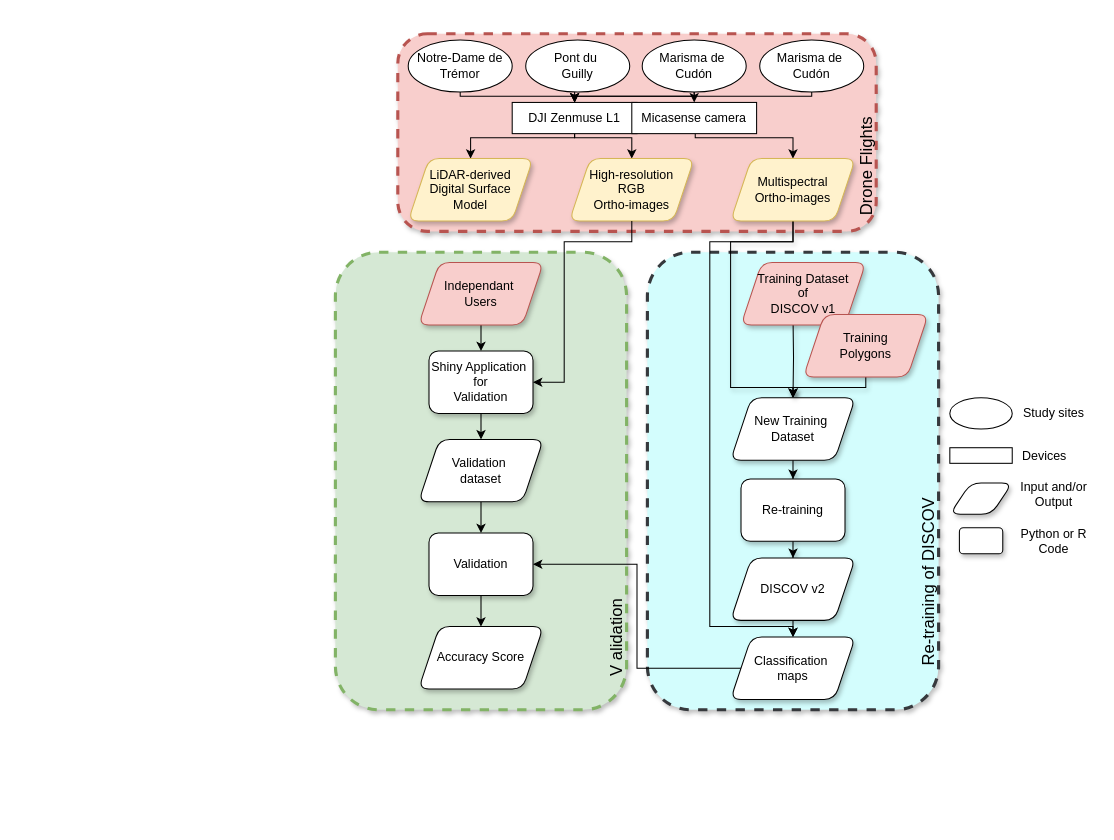
This is Data/Workflow_figure/Flowchart gracillaria.drawio from SigOiry/Gracilaria_DISCOV, a draw.io file, before an edit. Source tidied: cells renumbered, new cells numbered last; positions are measured from the earlier drawing's top-left corner, leaving out a move shared by most shapes. Both pictures are drawn from the tidied source at 104%, with x=0, y=0 at pixel (335, 33).
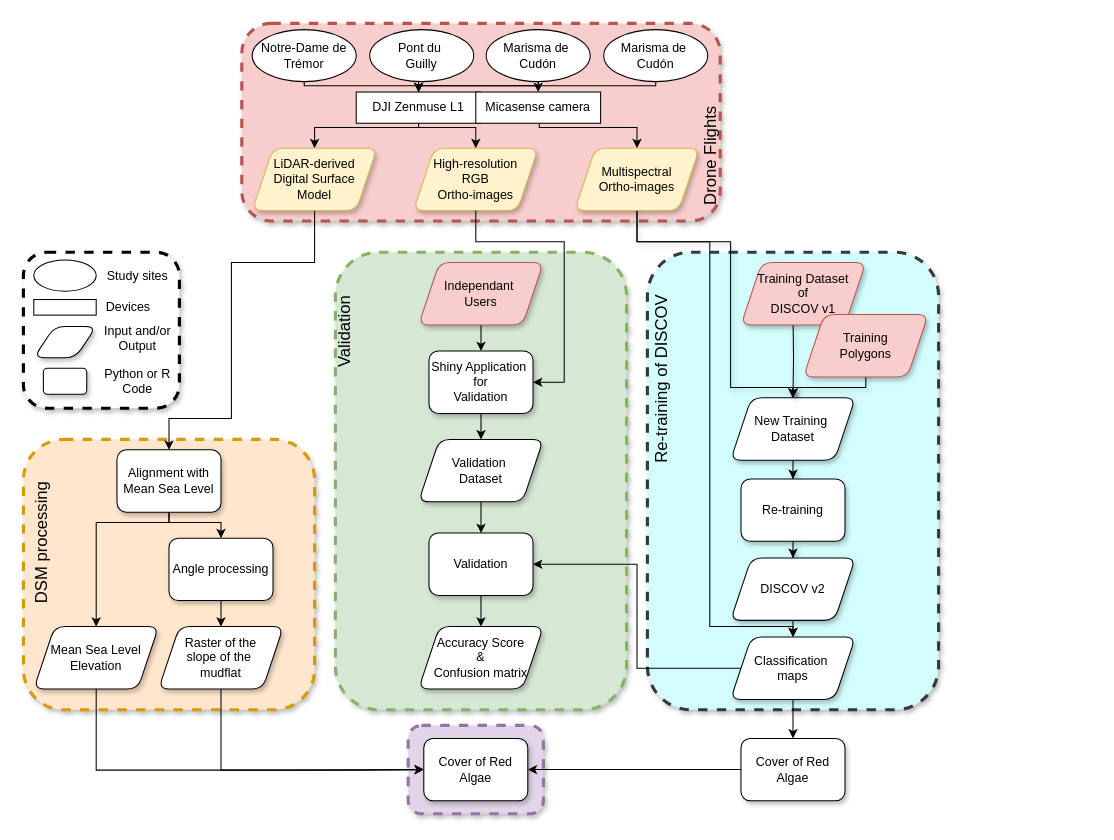
The same diagram, later.

Unchanged cells that the change refers to:
```xml
<mxCell id="11" value="Shiny Application&amp;nbsp;&lt;div&gt;for&lt;/div&gt;&lt;div&gt;Validation&lt;/div&gt;" style="whiteSpace=wrap;html=1;rounded=1;shadow=1;" parent="1" vertex="1">
  <mxGeometry x="90" y="305" width="100" height="60" as="geometry" />
</mxCell>
<mxCell id="16" value="New Training&amp;nbsp;&lt;div&gt;Dataset&lt;/div&gt;" style="shape=parallelogram;perimeter=parallelogramPerimeter;whiteSpace=wrap;html=1;fixedSize=1;rounded=1;shadow=1;" parent="1" vertex="1">
  <mxGeometry x="380" y="350" width="120" height="60" as="geometry" />
</mxCell>
<mxCell id="31" value="Classification&amp;nbsp;&lt;div&gt;maps&lt;/div&gt;" style="shape=parallelogram;perimeter=parallelogramPerimeter;whiteSpace=wrap;html=1;fixedSize=1;rounded=1;shadow=1;" parent="1" vertex="1">
  <mxGeometry x="380" y="580" width="120" height="60" as="geometry" />
</mxCell>
```

Change to the diagram source:
```diff
@@
+    <mxCell id="60" style="whiteSpace=wrap;html=1;rounded=1;dashed=1;strokeWidth=3;perimeterSpacing=5;fillColor=#e1d5e7;strokeColor=#9673a6;fillStyle=auto;shadow=1;" parent="1" vertex="1">
+      <mxGeometry x="70" y="665" width="130" height="85" as="geometry" />
+    </mxCell>
+    <mxCell id="61" style="whiteSpace=wrap;html=1;rounded=1;dashed=1;strokeWidth=3;perimeterSpacing=5;fillStyle=auto;shadow=1;" parent="1" vertex="1">
+      <mxGeometry x="-300" y="210" width="150" height="150" as="geometry" />
+    </mxCell>
+    <mxCell id="62" style="whiteSpace=wrap;html=1;rounded=1;dashed=1;strokeWidth=3;perimeterSpacing=5;fillColor=#ffe6cc;strokeColor=#d79b00;fillStyle=auto;shadow=1;" parent="1" vertex="1">
+      <mxGeometry x="-300" y="390" width="280" height="260" as="geometry" />
+    </mxCell>
     <mxCell id="2" style="whiteSpace=wrap;html=1;rounded=1;dashed=1;strokeWidth=3;perimeterSpacing=5;fillColor=#f8cecc;strokeColor=#b85450;fillStyle=auto;shadow=1;" parent="1" vertex="1">
-      <mxGeometry x="60" width="460" height="190" as="geometry" />
+      <mxGeometry x="-90" y="-10" width="460" height="190" as="geometry" />
     </mxCell>
@@
-    <mxCell id="7" value="V alidation" style="text;html=1;align=left;verticalAlign=middle;whiteSpace=wrap;rounded=0;fontFamily=Helvetica;fontSize=16;labelBackgroundColor=none;glass=0;rotation=270;fillColor=none;fontColor=#000000;shadow=1;" parent="1" vertex="1">
-      <mxGeometry x="170" y="505" width="200" height="30" as="geometry" />
+    <mxCell id="7" value="Validation" style="text;html=1;align=left;verticalAlign=middle;whiteSpace=wrap;rounded=0;fontFamily=Helvetica;fontSize=16;labelBackgroundColor=none;glass=0;rotation=270;fillColor=none;fontColor=#000000;shadow=1;" parent="1" vertex="1">
+      <mxGeometry x="-30" y="270" width="77" height="30" as="geometry" />
     </mxCell>
@@
     <mxCell id="13" style="edgeStyle=orthogonalEdgeStyle;rounded=0;jettySize=auto;html=1;entryX=0.5;entryY=0;entryDx=0;entryDy=0;strokeColor=#000000;shadow=1;exitX=0.5;exitY=1;exitDx=0;exitDy=0;" parent="1" edge="1" source="49" target="16">
       <mxGeometry relative="1" as="geometry">
         <Array as="points">
-          <mxPoint x="440" y="200" />
+          <mxPoint x="290" y="200" />
           <mxPoint x="380" y="200" />
           <mxPoint x="380" y="340" />
           <mxPoint x="440" y="340" />
         </Array>
       </mxGeometry>
     </mxCell>
@@
     <mxCell id="22" value="Re-training of DISCOV" style="text;html=1;align=left;verticalAlign=middle;whiteSpace=wrap;rounded=0;fontFamily=Helvetica;fontSize=16;labelBackgroundColor=none;glass=0;rotation=270;fillColor=none;fontColor=#000000;shadow=1;" parent="1" vertex="1">
-      <mxGeometry x="470" y="495" width="200" height="30" as="geometry" />
+      <mxGeometry x="224.5" y="311.5" width="177" height="30" as="geometry" />
     </mxCell>
@@
-    <mxCell id="24" value="Validation&amp;nbsp;&lt;div&gt;dataset&lt;/div&gt;" style="shape=parallelogram;perimeter=parallelogramPerimeter;whiteSpace=wrap;html=1;fixedSize=1;rounded=1;shadow=1;" parent="1" vertex="1">
+    <mxCell id="24" value="Validation&amp;nbsp;&lt;div&gt;Dataset&lt;/div&gt;" style="shape=parallelogram;perimeter=parallelogramPerimeter;whiteSpace=wrap;html=1;fixedSize=1;rounded=1;shadow=1;" parent="1" vertex="1">
       <mxGeometry x="80" y="390" width="120" height="60" as="geometry" />
     </mxCell>
@@
     <mxCell id="27" style="edgeStyle=orthogonalEdgeStyle;rounded=0;jettySize=auto;html=1;entryX=0.5;entryY=0;entryDx=0;entryDy=0;exitX=0.5;exitY=1;exitDx=0;exitDy=0;" parent="1" edge="1" source="49" target="31">
       <mxGeometry relative="1" as="geometry">
         <Array as="points">
-          <mxPoint x="440" y="200" />
+          <mxPoint x="290" y="200" />
           <mxPoint x="360" y="200" />
           <mxPoint x="360" y="570" />
           <mxPoint x="440" y="570" />
         </Array>
       </mxGeometry>
     </mxCell>
@@
-    <mxCell id="29" value="Accuracy Score" style="shape=parallelogram;perimeter=parallelogramPerimeter;whiteSpace=wrap;html=1;fixedSize=1;rounded=1;shadow=1;" parent="1" vertex="1">
+    <mxCell id="29" value="Accuracy Score&lt;div&gt;&amp;amp;&lt;/div&gt;&lt;div&gt;Confusion matrix&lt;/div&gt;" style="shape=parallelogram;perimeter=parallelogramPerimeter;whiteSpace=wrap;html=1;fixedSize=1;rounded=1;shadow=1;" parent="1" vertex="1">
       <mxGeometry x="80" y="570" width="120" height="60" as="geometry" />
     </mxCell>
@@
+    <mxCell id="63" style="edgeStyle=orthogonalEdgeStyle;rounded=0;jettySize=auto;html=1;" parent="1" edge="1" source="31" target="76">
+      <mxGeometry relative="1" as="geometry" />
+    </mxCell>
@@
     <mxCell id="33" value="Drone Flights" style="text;html=1;align=left;verticalAlign=middle;whiteSpace=wrap;rounded=0;fontFamily=Helvetica;fontSize=16;labelBackgroundColor=none;glass=0;rotation=270;fillColor=none;fontColor=#000000;shadow=1;" parent="1" vertex="1">
-      <mxGeometry x="447" y="100" width="125" height="30" as="geometry" />
+      <mxGeometry x="297" y="90" width="125" height="30" as="geometry" />
     </mxCell>
     <mxCell id="34" style="edgeStyle=orthogonalEdgeStyle;rounded=0;jettySize=auto;html=1;entryX=0.5;entryY=0;entryDx=0;entryDy=0;" parent="1" edge="1" source="35" target="45">
       <mxGeometry relative="1" as="geometry">
         <Array as="points">
-          <mxPoint x="120" y="60" />
-          <mxPoint x="230" y="60" />
+          <mxPoint x="-30" y="50" />
+          <mxPoint x="80" y="50" />
         </Array>
       </mxGeometry>
     </mxCell>
     <mxCell id="35" value="Notre-Dame de Trémor" style="ellipse;whiteSpace=wrap;html=1;" parent="1" vertex="1">
-      <mxGeometry x="70" y="6" width="100" height="50" as="geometry" />
+      <mxGeometry x="-80" y="-4" width="100" height="50" as="geometry" />
     </mxCell>
     <mxCell id="36" style="edgeStyle=orthogonalEdgeStyle;rounded=0;jettySize=auto;html=1;entryX=0.5;entryY=0;entryDx=0;entryDy=0;" parent="1" edge="1" source="37" target="45">
       <mxGeometry relative="1" as="geometry">
         <Array as="points">
-          <mxPoint x="230" y="80" />
-          <mxPoint x="230" y="80" />
+          <mxPoint x="80" y="70" />
+          <mxPoint x="80" y="70" />
         </Array>
       </mxGeometry>
     </mxCell>
     <mxCell id="37" value="Pont du&amp;nbsp;&lt;div&gt;Guilly&lt;/div&gt;" style="ellipse;whiteSpace=wrap;html=1;" parent="1" vertex="1">
-      <mxGeometry x="183" y="6" width="100" height="50" as="geometry" />
+      <mxGeometry x="33" y="-4" width="100" height="50" as="geometry" />
     </mxCell>
     <mxCell id="38" style="edgeStyle=orthogonalEdgeStyle;rounded=0;jettySize=auto;html=1;entryX=0.5;entryY=0;entryDx=0;entryDy=0;" parent="1" edge="1" source="40" target="45">
       <mxGeometry relative="1" as="geometry">
         <Array as="points">
-          <mxPoint x="345" y="60" />
-          <mxPoint x="230" y="60" />
+          <mxPoint x="195" y="50" />
+          <mxPoint x="80" y="50" />
         </Array>
       </mxGeometry>
     </mxCell>
     <mxCell id="39" style="edgeStyle=orthogonalEdgeStyle;rounded=0;jettySize=auto;html=1;entryX=0.5;entryY=0;entryDx=0;entryDy=0;" parent="1" edge="1" source="40" target="47">
       <mxGeometry relative="1" as="geometry">
         <Array as="points">
-          <mxPoint x="345" y="66" />
+          <mxPoint x="195" y="56" />
         </Array>
       </mxGeometry>
     </mxCell>
     <mxCell id="40" value="Marisma de&amp;nbsp;&lt;div&gt;Cudón&lt;/div&gt;" style="ellipse;whiteSpace=wrap;html=1;" parent="1" vertex="1">
-      <mxGeometry x="295" y="6" width="100" height="50" as="geometry" />
+      <mxGeometry x="145" y="-4" width="100" height="50" as="geometry" />
     </mxCell>
     <mxCell id="41" style="edgeStyle=orthogonalEdgeStyle;rounded=0;jettySize=auto;html=1;entryX=0.5;entryY=0;entryDx=0;entryDy=0;" parent="1" edge="1" source="42" target="45">
       <mxGeometry relative="1" as="geometry">
         <Array as="points">
-          <mxPoint x="458" y="60" />
-          <mxPoint x="230" y="60" />
+          <mxPoint x="308" y="50" />
+          <mxPoint x="80" y="50" />
         </Array>
       </mxGeometry>
     </mxCell>
     <mxCell id="42" value="Marisma de&amp;nbsp;&lt;div&gt;Cudón&lt;/div&gt;" style="ellipse;whiteSpace=wrap;html=1;" parent="1" vertex="1">
-      <mxGeometry x="408" y="6" width="100" height="50" as="geometry" />
+      <mxGeometry x="258" y="-4" width="100" height="50" as="geometry" />
     </mxCell>
     <mxCell id="43" style="edgeStyle=orthogonalEdgeStyle;rounded=0;jettySize=auto;html=1;" parent="1" edge="1" source="45" target="48">
       <mxGeometry relative="1" as="geometry">
         <Array as="points">
-          <mxPoint x="230" y="100" />
-          <mxPoint x="285" y="100" />
+          <mxPoint x="80" y="90" />
+          <mxPoint x="135" y="90" />
         </Array>
       </mxGeometry>
     </mxCell>
     <mxCell id="44" style="edgeStyle=orthogonalEdgeStyle;rounded=0;jettySize=auto;html=1;entryX=0.5;entryY=0;entryDx=0;entryDy=0;" parent="1" edge="1" source="45" target="51">
       <mxGeometry relative="1" as="geometry">
         <Array as="points">
-          <mxPoint x="230" y="100" />
-          <mxPoint x="130" y="100" />
+          <mxPoint x="80" y="90" />
+          <mxPoint x="-20" y="90" />
         </Array>
       </mxGeometry>
     </mxCell>
     <mxCell id="45" value="DJI Zenmuse L1" style="rounded=0;whiteSpace=wrap;html=1;" parent="1" vertex="1">
-      <mxGeometry x="170" y="66" width="120" height="30" as="geometry" />
+      <mxGeometry x="20" y="56" width="120" height="30" as="geometry" />
     </mxCell>
     <mxCell id="46" style="edgeStyle=orthogonalEdgeStyle;rounded=0;jettySize=auto;html=1;entryX=0.5;entryY=0;entryDx=0;entryDy=0;" parent="1" edge="1" source="47" target="49">
       <mxGeometry relative="1" as="geometry">
         <Array as="points">
-          <mxPoint x="346" y="100" />
-          <mxPoint x="440" y="100" />
+          <mxPoint x="196" y="90" />
+          <mxPoint x="290" y="90" />
         </Array>
       </mxGeometry>
     </mxCell>
     <mxCell id="47" value="Micasense camera" style="rounded=0;whiteSpace=wrap;html=1;" parent="1" vertex="1">
-      <mxGeometry x="285" y="66" width="120" height="30" as="geometry" />
+      <mxGeometry x="135" y="56" width="120" height="30" as="geometry" />
     </mxCell>
     <mxCell id="48" value="High-resolution&lt;div&gt;RGB&lt;/div&gt;&lt;div&gt;Ortho-images&lt;/div&gt;" style="shape=parallelogram;perimeter=parallelogramPerimeter;whiteSpace=wrap;html=1;fixedSize=1;rounded=1;shadow=1;fillColor=#fff2cc;strokeColor=#d6b656;" parent="1" vertex="1">
-      <mxGeometry x="225" y="120" width="120" height="60" as="geometry" />
+      <mxGeometry x="75" y="110" width="120" height="60" as="geometry" />
     </mxCell>
     <mxCell id="49" value="Multispectral&lt;div&gt;Ortho-images&lt;/div&gt;" style="shape=parallelogram;perimeter=parallelogramPerimeter;whiteSpace=wrap;html=1;fixedSize=1;rounded=1;shadow=1;fillColor=#fff2cc;strokeColor=#d6b656;" parent="1" vertex="1">
-      <mxGeometry x="380" y="120" width="120" height="60" as="geometry" />
+      <mxGeometry x="230" y="110" width="120" height="60" as="geometry" />
     </mxCell>
     <mxCell id="50" style="edgeStyle=orthogonalEdgeStyle;rounded=0;jettySize=auto;html=1;entryX=1;entryY=0.5;entryDx=0;entryDy=0;exitX=0.5;exitY=1;exitDx=0;exitDy=0;" parent="1" edge="1" source="48" target="11">
       <mxGeometry relative="1" as="geometry">
         <Array as="points">
-          <mxPoint x="285" y="200" />
+          <mxPoint x="135" y="200" />
           <mxPoint x="220" y="200" />
           <mxPoint x="220" y="335" />
         </Array>
       </mxGeometry>
     </mxCell>
+    <mxCell id="64" style="edgeStyle=orthogonalEdgeStyle;rounded=0;jettySize=auto;html=1;entryX=0.5;entryY=0;entryDx=0;entryDy=0;" parent="1" edge="1" source="51" target="67">
+      <mxGeometry relative="1" as="geometry">
+        <Array as="points">
+          <mxPoint x="-20" y="220" />
+          <mxPoint x="-100" y="220" />
+          <mxPoint x="-100" y="370" />
+          <mxPoint x="-160" y="370" />
+        </Array>
+      </mxGeometry>
+    </mxCell>
     <mxCell id="51" value="LiDAR-derived&lt;div&gt;Digital Surface&lt;/div&gt;&lt;div&gt;Model&lt;/div&gt;" style="shape=parallelogram;perimeter=parallelogramPerimeter;whiteSpace=wrap;html=1;fixedSize=1;rounded=1;shadow=1;fillColor=#fff2cc;strokeColor=#d6b656;" parent="1" vertex="1">
-      <mxGeometry x="70" y="120" width="120" height="60" as="geometry" />
+      <mxGeometry x="-80" y="110" width="120" height="60" as="geometry" />
     </mxCell>
     <mxCell id="52" style="shape=parallelogram;perimeter=parallelogramPerimeter;whiteSpace=wrap;html=1;fixedSize=1;rounded=1;shadow=1;" parent="1" vertex="1">
-      <mxGeometry x="590.8" y="432" width="60" height="30" as="geometry" />
+      <mxGeometry x="-290" y="281.5" width="60" height="30" as="geometry" />
     </mxCell>
     <mxCell id="53" style="whiteSpace=wrap;html=1;rounded=1;shadow=1;" parent="1" vertex="1">
-      <mxGeometry x="600" y="475" width="41.7" height="25" as="geometry" />
+      <mxGeometry x="-280.8" y="321.5" width="41.7" height="25" as="geometry" />
     </mxCell>
     <mxCell id="54" style="rounded=0;whiteSpace=wrap;html=1;" parent="1" vertex="1">
-      <mxGeometry x="590.8" y="398" width="60" height="15" as="geometry" />
+      <mxGeometry x="-290" y="255.5" width="60" height="15" as="geometry" />
     </mxCell>
     <mxCell id="55" style="ellipse;whiteSpace=wrap;html=1;" parent="1" vertex="1">
-      <mxGeometry x="590.8" y="350" width="60" height="30" as="geometry" />
+      <mxGeometry x="-290" y="217.5" width="60" height="30" as="geometry" />
     </mxCell>
     <mxCell id="56" value="Study sites" style="text;html=1;align=center;verticalAlign=middle;whiteSpace=wrap;rounded=0;" parent="1" vertex="1">
-      <mxGeometry x="650.8" y="350" width="80" height="30" as="geometry" />
+      <mxGeometry x="-230" y="217.5" width="80" height="30" as="geometry" />
     </mxCell>
     <mxCell id="57" value="Devices" style="text;html=1;align=center;verticalAlign=middle;whiteSpace=wrap;rounded=0;" parent="1" vertex="1">
-      <mxGeometry x="641.7" y="390.5" width="80" height="30" as="geometry" />
+      <mxGeometry x="-239.2" y="248" width="80" height="30" as="geometry" />
     </mxCell>
     <mxCell id="58" value="Input and/or Output" style="text;html=1;align=center;verticalAlign=middle;whiteSpace=wrap;rounded=0;" parent="1" vertex="1">
-      <mxGeometry x="650.8" y="428" width="80" height="30" as="geometry" />
+      <mxGeometry x="-230" y="277.5" width="80" height="30" as="geometry" />
     </mxCell>
     <mxCell id="59" value="Python or R&lt;div&gt;Code&lt;/div&gt;" style="text;html=1;align=center;verticalAlign=middle;whiteSpace=wrap;rounded=0;" parent="1" vertex="1">
-      <mxGeometry x="650.8" y="472.5" width="80" height="30" as="geometry" />
+      <mxGeometry x="-230" y="319" width="80" height="30" as="geometry" />
     </mxCell>
+    <mxCell id="65" style="edgeStyle=orthogonalEdgeStyle;rounded=0;jettySize=auto;html=1;" parent="1" edge="1" source="67" target="69">
+      <mxGeometry relative="1" as="geometry">
+        <Array as="points">
+          <mxPoint x="-160" y="470" />
+          <mxPoint x="-110" y="470" />
+        </Array>
+      </mxGeometry>
+    </mxCell>
+    <mxCell id="66" style="edgeStyle=orthogonalEdgeStyle;rounded=0;jettySize=auto;html=1;exitX=0.5;exitY=1;exitDx=0;exitDy=0;entryX=0.5;entryY=0;entryDx=0;entryDy=0;" parent="1" edge="1" source="67" target="73">
+      <mxGeometry relative="1" as="geometry">
+        <Array as="points">
+          <mxPoint x="-160" y="470" />
+          <mxPoint x="-230" y="470" />
+        </Array>
+      </mxGeometry>
+    </mxCell>
+    <mxCell id="67" value="Alignment with Mean Sea Level" style="whiteSpace=wrap;html=1;rounded=1;shadow=1;" parent="1" vertex="1">
+      <mxGeometry x="-210" y="400" width="100" height="60" as="geometry" />
+    </mxCell>
+    <mxCell id="68" style="edgeStyle=orthogonalEdgeStyle;rounded=0;jettySize=auto;html=1;" parent="1" edge="1" source="69" target="71">
+      <mxGeometry relative="1" as="geometry" />
+    </mxCell>
+    <mxCell id="69" value="Angle processing" style="whiteSpace=wrap;html=1;rounded=1;shadow=1;" parent="1" vertex="1">
+      <mxGeometry x="-160" y="485" width="100" height="60" as="geometry" />
+    </mxCell>
+    <mxCell id="70" style="edgeStyle=orthogonalEdgeStyle;rounded=0;jettySize=auto;html=1;entryX=0;entryY=0.5;entryDx=0;entryDy=0;" parent="1" edge="1" source="71" target="77">
+      <mxGeometry relative="1" as="geometry">
+        <Array as="points">
+          <mxPoint x="-110" y="708" />
+          <mxPoint x="18" y="708" />
+        </Array>
+      </mxGeometry>
+    </mxCell>
+    <mxCell id="71" value="Raster of the&lt;div&gt;slope of the&amp;nbsp;&lt;/div&gt;&lt;div&gt;mudflat&lt;/div&gt;" style="shape=parallelogram;perimeter=parallelogramPerimeter;whiteSpace=wrap;html=1;fixedSize=1;rounded=1;shadow=1;" parent="1" vertex="1">
+      <mxGeometry x="-170" y="570" width="120" height="60" as="geometry" />
+    </mxCell>
+    <mxCell id="72" style="edgeStyle=orthogonalEdgeStyle;rounded=0;jettySize=auto;html=1;entryX=0;entryY=0.5;entryDx=0;entryDy=0;" parent="1" edge="1" source="73" target="77">
+      <mxGeometry relative="1" as="geometry">
+        <Array as="points">
+          <mxPoint x="-230" y="708" />
+          <mxPoint x="-42" y="708" />
+        </Array>
+      </mxGeometry>
+    </mxCell>
+    <mxCell id="73" value="Mean Sea Level&lt;div&gt;Elevation&lt;/div&gt;" style="shape=parallelogram;perimeter=parallelogramPerimeter;whiteSpace=wrap;html=1;fixedSize=1;rounded=1;shadow=1;" parent="1" vertex="1">
+      <mxGeometry x="-290" y="570" width="120" height="60" as="geometry" />
+    </mxCell>
+    <mxCell id="74" value="DSM processing" style="text;html=1;align=left;verticalAlign=middle;whiteSpace=wrap;rounded=0;fontFamily=Helvetica;fontSize=16;labelBackgroundColor=none;glass=0;rotation=270;fillColor=none;fontColor=#000000;shadow=1;" parent="1" vertex="1">
+      <mxGeometry x="-345.5" y="473.5" width="124" height="30" as="geometry" />
+    </mxCell>
+    <mxCell id="75" style="edgeStyle=orthogonalEdgeStyle;rounded=0;jettySize=auto;html=1;entryX=1;entryY=0.5;entryDx=0;entryDy=0;" parent="1" edge="1" source="76" target="77">
+      <mxGeometry relative="1" as="geometry" />
+    </mxCell>
+    <mxCell id="76" value="Cover of Red Algae" style="whiteSpace=wrap;html=1;rounded=1;shadow=1;" parent="1" vertex="1">
+      <mxGeometry x="390" y="677.5" width="100" height="60" as="geometry" />
+    </mxCell>
+    <mxCell id="77" value="Cover of Red Algae" style="whiteSpace=wrap;html=1;rounded=1;shadow=1;" parent="1" vertex="1">
+      <mxGeometry x="85" y="677.5" width="100" height="60" as="geometry" />
+    </mxCell>
```
